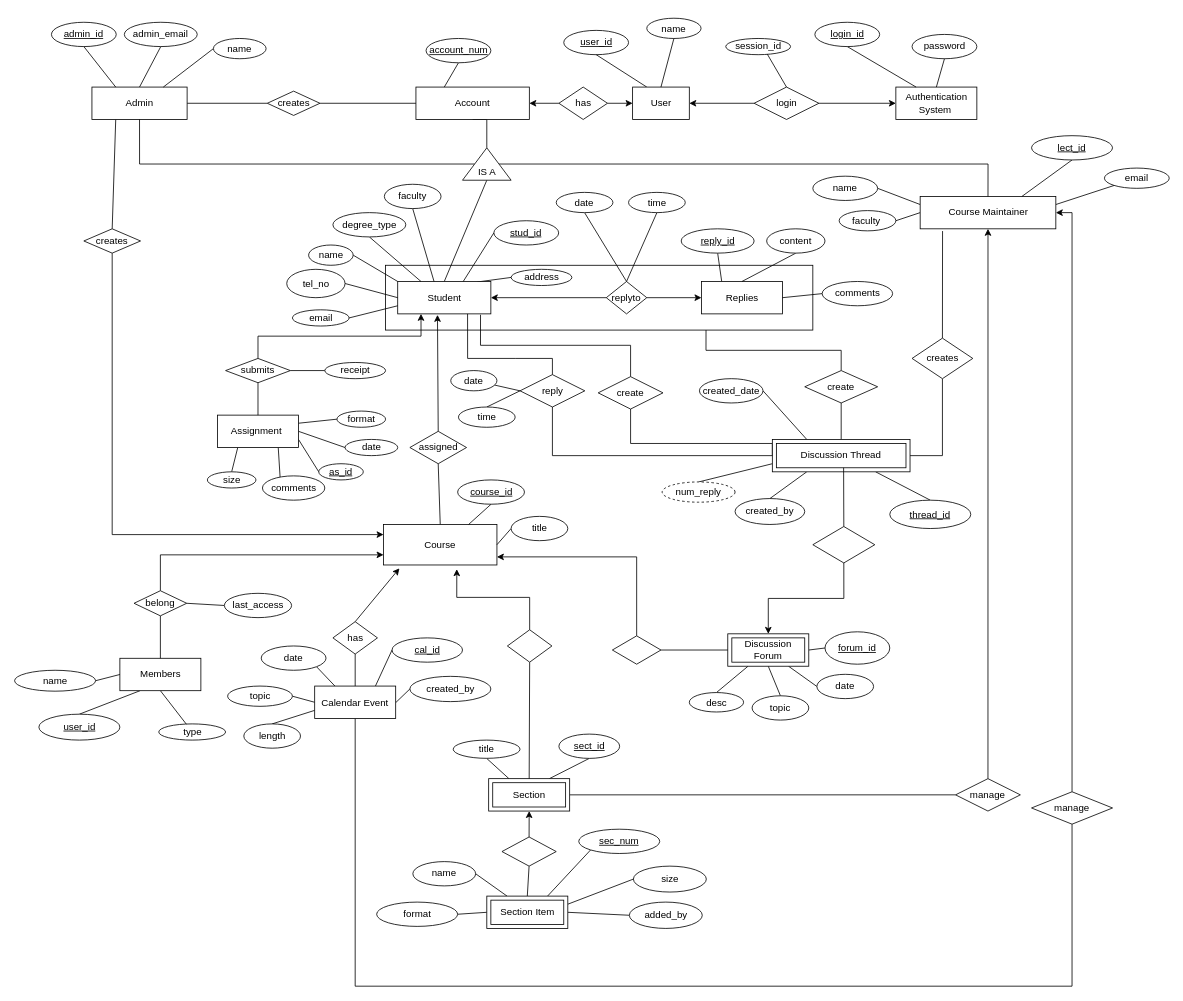
Earlier version of the draw.io diagram Untitled Diagram.drawio (DaynaAshley/OS-Project2). Source tidied: cells renumbered, new cells numbered last; positions are measured from the earlier drawing's top-left corner, leaving out a move shared by most shapes. Both pictures are drawn from the tidied source at 81%, with x=0, y=0 at pixel (14, 18).
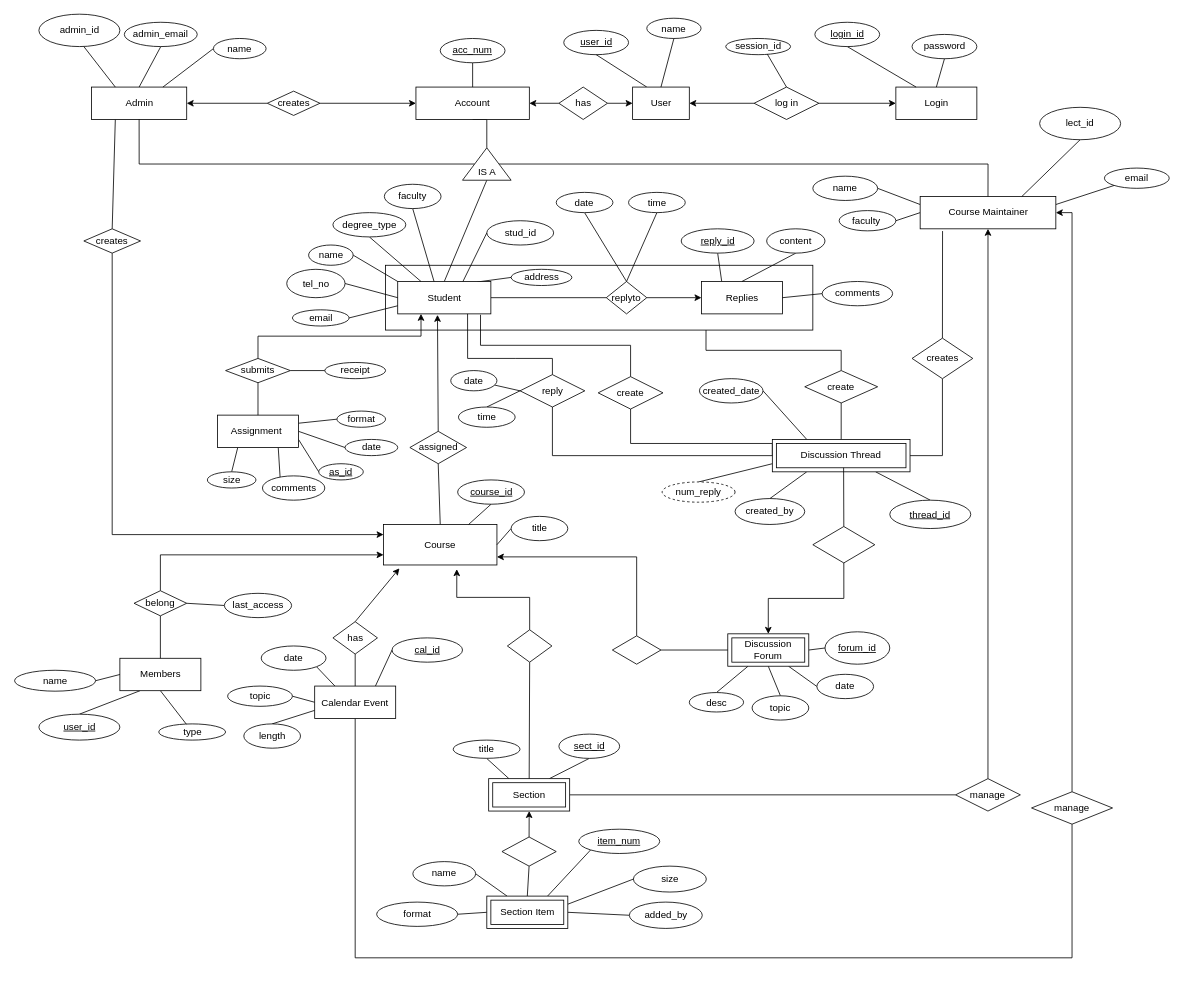
After the change.

Unchanged cells that the change refers to:
```xml
<mxCell id="6" value="Account" style="whiteSpace=wrap;html=1;align=center;" parent="1" vertex="1">
  <mxGeometry x="496" y="85" width="140" height="40" as="geometry" />
</mxCell>
<mxCell id="12" value="Student" style="whiteSpace=wrap;html=1;align=center;" parent="1" vertex="1">
  <mxGeometry x="473.5" y="325" width="115" height="40" as="geometry" />
</mxCell>
<mxCell id="43" value="creates" style="shape=rhombus;perimeter=rhombusPerimeter;whiteSpace=wrap;html=1;align=center;" parent="1" vertex="1">
  <mxGeometry x="312.5" y="90" width="65" height="30" as="geometry" />
</mxCell>
<mxCell id="76" value="replyto" style="shape=rhombus;perimeter=rhombusPerimeter;whiteSpace=wrap;html=1;align=center;" parent="1" vertex="1">
  <mxGeometry x="731" y="325" width="50" height="40" as="geometry" />
</mxCell>
<mxCell id="169" value="manage" style="shape=rhombus;perimeter=rhombusPerimeter;whiteSpace=wrap;html=1;align=center;" parent="1" vertex="1">
  <mxGeometry x="1256" y="955" width="100" height="40" as="geometry" />
</mxCell>
<mxCell id="187" value="Calendar Event" style="whiteSpace=wrap;html=1;align=center;" parent="1" vertex="1">
  <mxGeometry x="371" y="824.5" width="100" height="40" as="geometry" />
</mxCell>
```

Change to the diagram source:
```diff
@@
-    <mxCell id="11" style="edgeStyle=none;rounded=0;jettySize=auto;html=1;exitX=0;exitY=0.5;exitDx=0;exitDy=0;entryX=1;entryY=0.5;entryDx=0;entryDy=0;startArrow=none;startFill=0;endArrow=classic;endFill=1;" parent="1" edge="1" source="76" target="12">
+    <mxCell id="11" style="edgeStyle=none;rounded=0;jettySize=auto;html=1;exitX=0;exitY=0.5;exitDx=0;exitDy=0;entryX=1;entryY=0.5;entryDx=0;entryDy=0;startArrow=none;startFill=0;endArrow=none;endFill=0;" parent="1" edge="1" source="76" target="12">
       <mxGeometry relative="1" as="geometry" />
     </mxCell>
@@
-    <mxCell id="13" style="edgeStyle=none;rounded=0;jettySize=auto;html=1;exitX=1;exitY=0.5;exitDx=0;exitDy=0;entryX=0;entryY=0.5;entryDx=0;entryDy=0;endArrow=none;endFill=0;" parent="1" edge="1" source="16" target="43">
+    <mxCell id="13" style="edgeStyle=none;rounded=0;jettySize=auto;html=1;exitX=0;exitY=0.5;exitDx=0;exitDy=0;entryX=1;entryY=0.5;entryDx=0;entryDy=0;endArrow=classic;endFill=1;" parent="1" edge="1" source="43" target="16">
       <mxGeometry relative="1" as="geometry" />
     </mxCell>
@@
     <mxCell id="16" value="Admin" style="whiteSpace=wrap;html=1;align=center;" parent="1" vertex="1">
-      <mxGeometry x="96" y="85" width="117.5" height="40" as="geometry" />
+      <mxGeometry x="95.5" y="85" width="117.5" height="40" as="geometry" />
     </mxCell>
@@
-    <mxCell id="41" value="Authentication System&amp;nbsp;" style="whiteSpace=wrap;html=1;align=center;" parent="1" vertex="1">
+    <mxCell id="41" value="Login" style="whiteSpace=wrap;html=1;align=center;" parent="1" vertex="1">
       <mxGeometry x="1088.5" y="85" width="100" height="40" as="geometry" />
     </mxCell>
-    <mxCell id="42" style="edgeStyle=none;rounded=0;jettySize=auto;html=1;exitX=1;exitY=0.5;exitDx=0;exitDy=0;entryX=0;entryY=0.5;entryDx=0;entryDy=0;endArrow=none;endFill=0;" parent="1" edge="1" source="43" target="6">
+    <mxCell id="42" style="edgeStyle=none;rounded=0;jettySize=auto;html=1;exitX=1;exitY=0.5;exitDx=0;exitDy=0;entryX=0;entryY=0.5;entryDx=0;entryDy=0;endArrow=classic;endFill=1;" parent="1" edge="1" source="43" target="6">
       <mxGeometry relative="1" as="geometry" />
     </mxCell>
@@
-    <mxCell id="57" style="edgeStyle=none;rounded=0;jettySize=auto;html=1;exitX=0.5;exitY=1;exitDx=0;exitDy=0;entryX=0.25;entryY=0;entryDx=0;entryDy=0;startArrow=none;startFill=0;endArrow=none;endFill=0;" parent="1" edge="1" source="58" target="6">
+    <mxCell id="57" style="edgeStyle=none;rounded=0;jettySize=auto;html=1;exitX=0.5;exitY=1;exitDx=0;exitDy=0;entryX=0.5;entryY=0;entryDx=0;entryDy=0;startArrow=none;startFill=0;endArrow=none;endFill=0;" parent="1" edge="1" source="58" target="6">
       <mxGeometry relative="1" as="geometry" />
     </mxCell>
-    <mxCell id="58" value="account_num" style="ellipse;whiteSpace=wrap;html=1;align=center;fontStyle=4;" parent="1" vertex="1">
-      <mxGeometry x="508.5" y="25" width="80" height="30" as="geometry" />
+    <mxCell id="58" value="acc_num" style="ellipse;whiteSpace=wrap;html=1;align=center;fontStyle=4;" parent="1" vertex="1">
+      <mxGeometry x="526" y="25" width="80" height="30" as="geometry" />
     </mxCell>
-    <mxCell id="59" style="edgeStyle=none;rounded=0;jettySize=auto;html=1;exitX=0.5;exitY=1;exitDx=0;exitDy=0;endArrow=none;endFill=0;entryX=0.25;entryY=0;entryDx=0;entryDy=0;" parent="1" edge="1" source="60" target="16">
-      <mxGeometry relative="1" as="geometry" />
+    <mxCell id="59" style="edgeStyle=none;rounded=0;jettySize=auto;html=1;exitX=0.5;exitY=1;exitDx=0;exitDy=0;endArrow=none;endFill=0;entryX=0.25;entryY=0;entryDx=0;entryDy=0;" parent="1" edge="1" target="16">
+      <mxGeometry relative="1" as="geometry">
+        <mxPoint x="86" y="35" as="sourcePoint" />
+      </mxGeometry>
     </mxCell>
-    <mxCell id="60" value="admin_id" style="ellipse;whiteSpace=wrap;html=1;align=center;fontStyle=4;" parent="1" vertex="1">
-      <mxGeometry x="46" y="5" width="80" height="30" as="geometry" />
-    </mxCell>
@@
-    <mxCell id="91" value="login" style="shape=rhombus;perimeter=rhombusPerimeter;whiteSpace=wrap;html=1;align=center;" parent="1" vertex="1">
+    <mxCell id="91" value="log in" style="shape=rhombus;perimeter=rhombusPerimeter;whiteSpace=wrap;html=1;align=center;" parent="1" vertex="1">
       <mxGeometry x="913.5" y="85" width="80" height="40" as="geometry" />
     </mxCell>
@@
-    <mxCell id="94" value="stud_id" style="ellipse;whiteSpace=wrap;html=1;align=center;fontStyle=4;" parent="1" vertex="1">
-      <mxGeometry x="592.2" y="250" width="80" height="30" as="geometry" />
-    </mxCell>
@@
-    <mxCell id="145" value="lect_id" style="ellipse;whiteSpace=wrap;html=1;align=center;fontStyle=4;" parent="1" vertex="1">
-      <mxGeometry x="1256" y="145" width="100" height="30" as="geometry" />
-    </mxCell>
@@
-    <mxCell id="167" value="sec_num" style="ellipse;whiteSpace=wrap;html=1;align=center;fontStyle=4;" parent="1" vertex="1">
+    <mxCell id="167" value="item_num" style="ellipse;whiteSpace=wrap;html=1;align=center;fontStyle=4;" parent="1" vertex="1">
       <mxGeometry x="697" y="1001.2" width="100" height="30" as="geometry" />
     </mxCell>
     <mxCell id="168" style="edgeStyle=orthogonalEdgeStyle;rounded=0;jettySize=auto;html=1;exitX=0.5;exitY=1;exitDx=0;exitDy=0;entryX=0.5;entryY=1;entryDx=0;entryDy=0;startArrow=none;startFill=0;endArrow=none;endFill=0;" parent="1" edge="1" source="169" target="187">
       <mxGeometry relative="1" as="geometry">
         <Array as="points">
-          <mxPoint x="1306" y="1195" />
-          <mxPoint x="421" y="1195" />
+          <mxPoint x="1306" y="1160" />
+          <mxPoint x="421" y="1160" />
         </Array>
       </mxGeometry>
     </mxCell>
@@
-    <mxCell id="179" style="edgeStyle=none;rounded=0;jettySize=auto;html=1;exitX=0;exitY=0.5;exitDx=0;exitDy=0;entryX=1;entryY=0.512;entryDx=0;entryDy=0;startArrow=none;startFill=0;endArrow=none;endFill=0;entryPerimeter=0;" parent="1" edge="1" source="180" target="187">
-      <mxGeometry relative="1" as="geometry" />
-    </mxCell>
-    <mxCell id="180" value="created_by" style="ellipse;whiteSpace=wrap;html=1;align=center;" parent="1" vertex="1">
-      <mxGeometry x="488.5" y="812.5" width="100" height="31.2" as="geometry" />
-    </mxCell>
@@
+    <mxCell id="145" value="lect_id" style="ellipse;whiteSpace=wrap;html=1;align=center;" parent="1" vertex="1">
+      <mxGeometry x="1266" y="110" width="100" height="40" as="geometry" />
+    </mxCell>
+    <mxCell id="94" value="stud_id" style="ellipse;whiteSpace=wrap;html=1;align=center;" parent="1" vertex="1">
+      <mxGeometry x="583.5" y="250" width="82.5" height="30" as="geometry" />
+    </mxCell>
+    <mxCell id="60" value="admin_id" style="ellipse;whiteSpace=wrap;html=1;align=center;" parent="1" vertex="1">
+      <mxGeometry x="30.5" y="-5" width="100" height="40" as="geometry" />
+    </mxCell>
+    <mxCell id="203" style="edgeStyle=none;rounded=0;orthogonalLoop=1;jettySize=auto;html=1;exitX=0;exitY=1;exitDx=0;exitDy=0;startArrow=none;startFill=0;endArrow=none;endFill=0;" parent="1" edge="1" source="43" target="43">
+      <mxGeometry relative="1" as="geometry" />
+    </mxCell>
```
